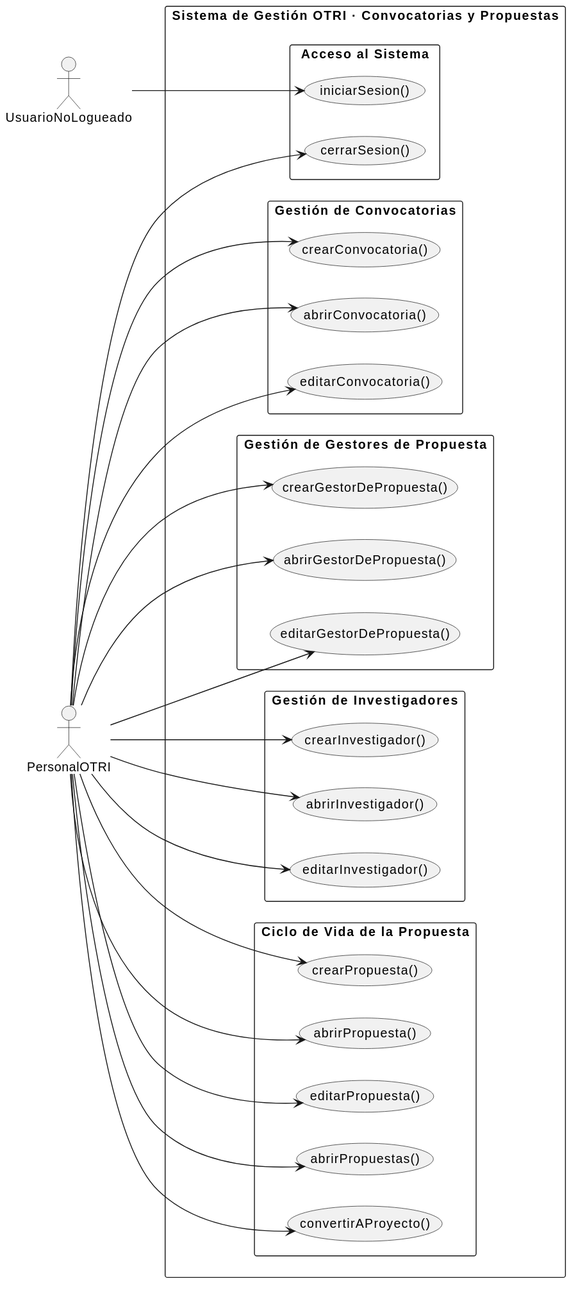
Above: images/01-actores-casos-uso/dimension-propuesta/actores-casos-uso.svg in Angelo2272/26-27-IdSw1-SDR (PlantUML), before the change. Source of this version:
```plantuml
@startuml
left to right direction
skinparam packageStyle rectangle
skinparam shadowing false
actor "UsuarioNoLogueado" as UsuarioNoLogueado
actor "PersonalOTRI" as PersonalOTRI
rectangle "Sistema de Gestión OTRI · Convocatorias y Propuestas" {
  package "Acceso al Sistema" {
    usecase "iniciarSesion()" as iniciarSesion
    usecase "cerrarSesion()" as cerrarSesion
  }
  package "Gestión de Convocatorias" {
    usecase "crearConvocatoria()" as crearConvocatoria
    usecase "abrirConvocatoria()" as abrirConvocatoria
    usecase "editarConvocatoria()" as editarConvocatoria
  }
  package "Gestión de Gestores de Propuesta" {
    usecase "crearGestorDePropuesta()" as crearGestorDePropuesta
    usecase "abrirGestorDePropuesta()" as abrirGestorDePropuesta
    usecase "editarGestorDePropuesta()" as editarGestorDePropuesta
  }
  package "Gestión de Investigadores" {
    usecase "crearInvestigador()" as crearInvestigador
    usecase "abrirInvestigador()" as abrirInvestigador
    usecase "editarInvestigador()" as editarInvestigador
  }
  package "Ciclo de Vida de la Propuesta" {
    usecase "crearPropuesta()" as crearPropuesta
    usecase "abrirPropuesta()" as abrirPropuesta
    usecase "editarPropuesta()" as editarPropuesta
    usecase "abrirPropuestas()" as abrirPropuestas
    usecase "convertirAProyecto()" as convertirAProyecto
  }
}
UsuarioNoLogueado --> iniciarSesion
PersonalOTRI --> cerrarSesion
PersonalOTRI --> crearConvocatoria
PersonalOTRI --> abrirConvocatoria
PersonalOTRI --> editarConvocatoria
PersonalOTRI --> crearGestorDePropuesta
PersonalOTRI --> abrirGestorDePropuesta
PersonalOTRI --> editarGestorDePropuesta
PersonalOTRI --> crearInvestigador
PersonalOTRI --> abrirInvestigador
PersonalOTRI --> editarInvestigador
PersonalOTRI --> abrirPropuesta
PersonalOTRI --> editarPropuesta
PersonalOTRI --> crearPropuesta
PersonalOTRI --> abrirPropuestas
PersonalOTRI --> convertirAProyecto
@enduml
```
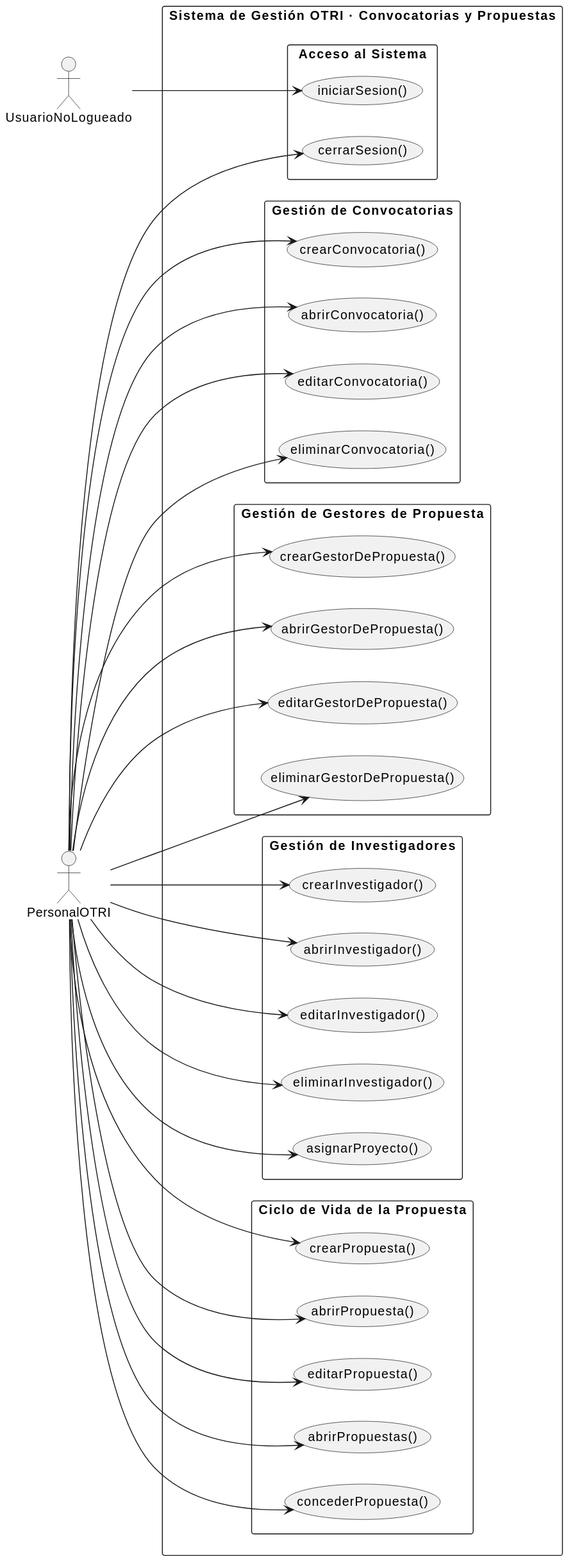
The same file after the commit.

Commit message:
docs: añadi casos de uso para el manejo de convocatorias, gestores, investigadores y propuestas

What changed in the source:
```diff
@@ -13,23 +13,27 @@
     usecase "crearConvocatoria()" as crearConvocatoria
     usecase "abrirConvocatoria()" as abrirConvocatoria
     usecase "editarConvocatoria()" as editarConvocatoria
+    usecase "eliminarConvocatoria()" as eliminarConvocatoria
   }
   package "Gestión de Gestores de Propuesta" {
     usecase "crearGestorDePropuesta()" as crearGestorDePropuesta
     usecase "abrirGestorDePropuesta()" as abrirGestorDePropuesta
     usecase "editarGestorDePropuesta()" as editarGestorDePropuesta
+    usecase "eliminarGestorDePropuesta()" as eliminarGestorDePropuesta
   }
   package "Gestión de Investigadores" {
     usecase "crearInvestigador()" as crearInvestigador
     usecase "abrirInvestigador()" as abrirInvestigador
     usecase "editarInvestigador()" as editarInvestigador
+    usecase "eliminarInvestigador()" as eliminarInvestigador
+    usecase "asignarProyecto()" as asignarProyecto
   }
   package "Ciclo de Vida de la Propuesta" {
     usecase "crearPropuesta()" as crearPropuesta
     usecase "abrirPropuesta()" as abrirPropuesta
     usecase "editarPropuesta()" as editarPropuesta
     usecase "abrirPropuestas()" as abrirPropuestas
-    usecase "convertirAProyecto()" as convertirAProyecto
+    usecase "concederPropuesta()" as concederPropuesta
   }
 }
 UsuarioNoLogueado --> iniciarSesion
@@ -37,15 +41,19 @@
 PersonalOTRI --> crearConvocatoria
 PersonalOTRI --> abrirConvocatoria
 PersonalOTRI --> editarConvocatoria
+PersonalOTRI --> eliminarConvocatoria
 PersonalOTRI --> crearGestorDePropuesta
 PersonalOTRI --> abrirGestorDePropuesta
 PersonalOTRI --> editarGestorDePropuesta
+PersonalOTRI --> eliminarGestorDePropuesta
 PersonalOTRI --> crearInvestigador
 PersonalOTRI --> abrirInvestigador
 PersonalOTRI --> editarInvestigador
+PersonalOTRI --> eliminarInvestigador
+PersonalOTRI --> asignarProyecto
 PersonalOTRI --> abrirPropuesta
 PersonalOTRI --> editarPropuesta
 PersonalOTRI --> crearPropuesta
 PersonalOTRI --> abrirPropuestas
-PersonalOTRI --> convertirAProyecto
+PersonalOTRI --> concederPropuesta
 @enduml
```
